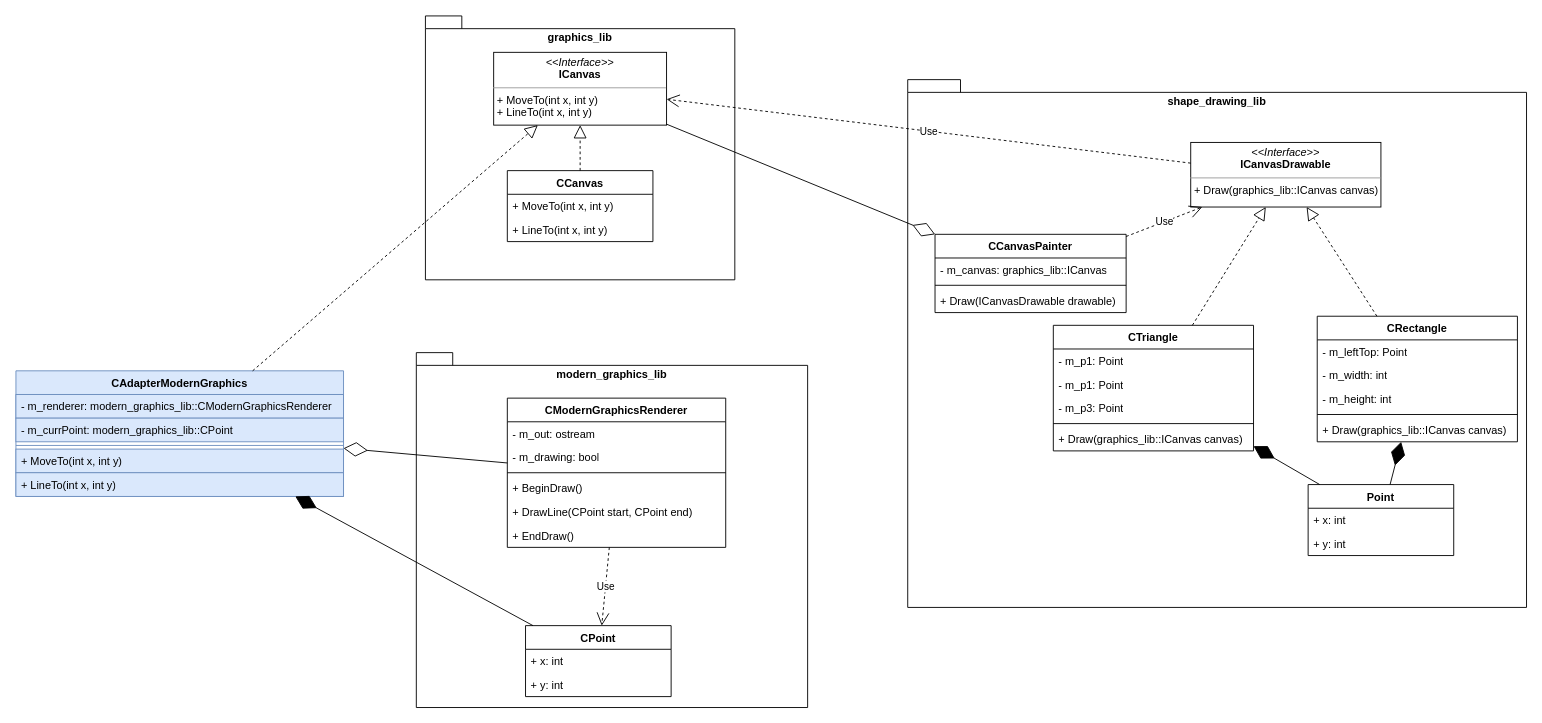
The draw.io diagram lab6/lab6-object-adapter.drawio in amfunNylord/ood, before the edit. Source tidied: cells renumbered, new cells numbered last; positions are measured from the earlier drawing's top-left corner, leaving out a move shared by most shapes. Both pictures are drawn from the tidied source at 91%, with x=0, y=0 at pixel (15, 15).
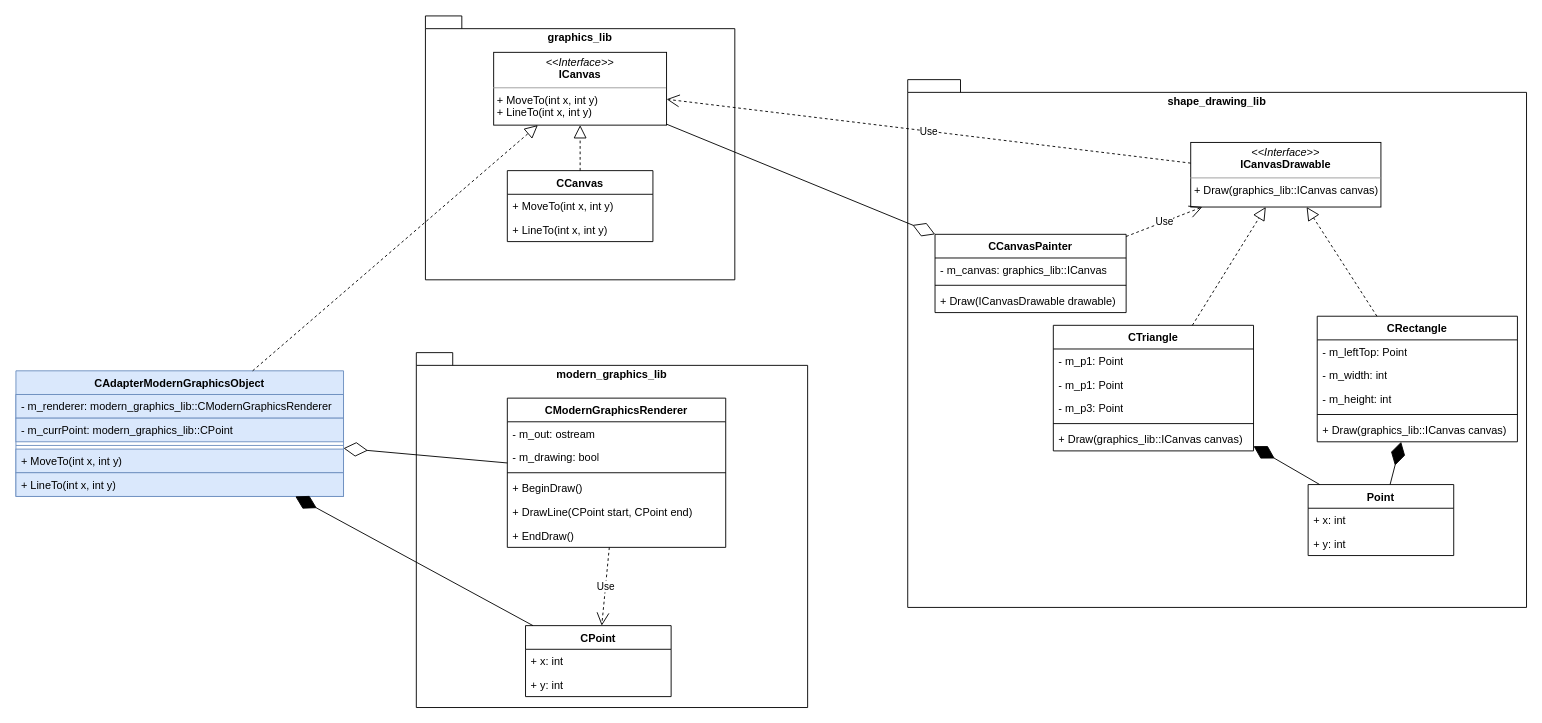
After the change.

Change to the diagram source:
```diff
@@
-    <mxCell id="42" value="CAdapterModernGraphics" style="swimlane;fontStyle=1;align=center;verticalAlign=top;horizontal=1;startSize=26;whiteSpace=wrap;html=1;fillColor=#dae8fc;strokeColor=#6c8ebf;" parent="1" vertex="1">
+    <mxCell id="42" value="CAdapterModernGraphicsObject" style="swimlane;fontStyle=1;align=center;verticalAlign=top;horizontal=1;startSize=26;whiteSpace=wrap;html=1;fillColor=#dae8fc;strokeColor=#6c8ebf;" parent="1" vertex="1">
       <mxGeometry y="390" width="360" height="138" as="geometry" />
     </mxCell>
```
